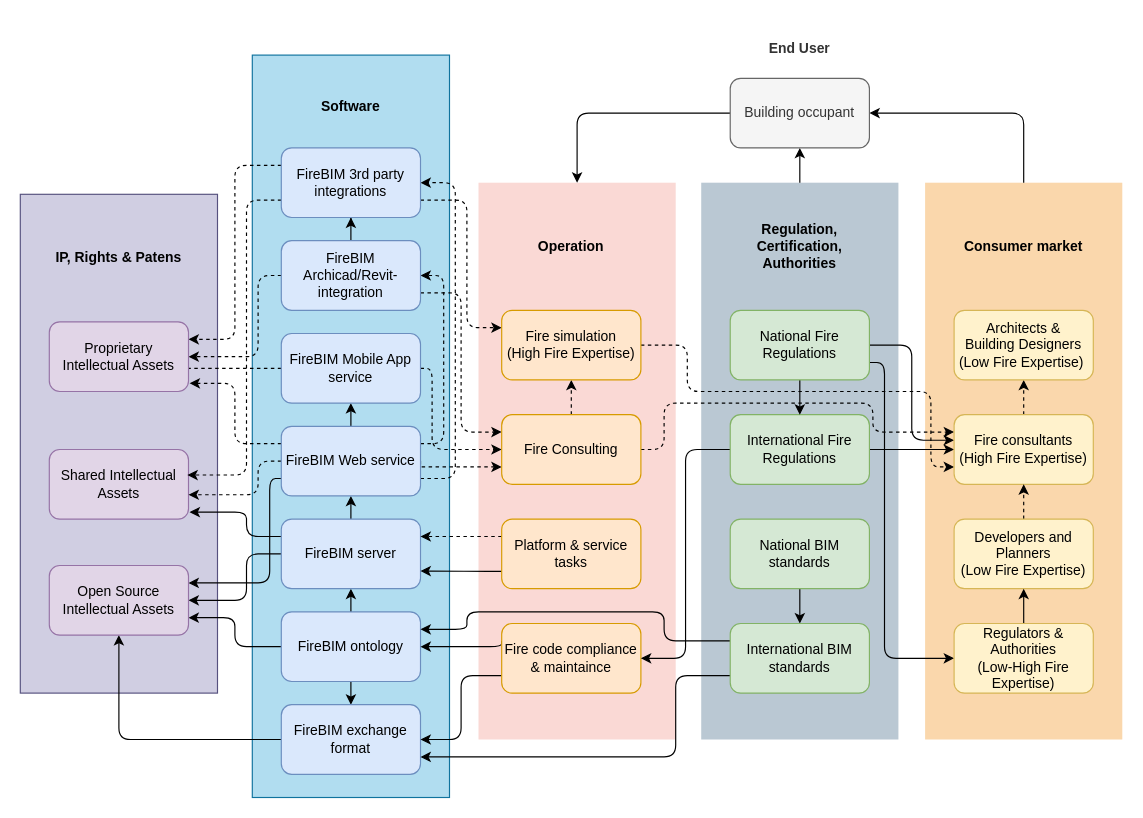
Above: diagram/FireBIM Market Value Chain.drawio in Kristoffernegendahl/fireBIM (draw.io), before the change. Source tidied: cells renumbered, new cells numbered last; positions are measured from the earlier drawing's top-left corner, leaving out a move shared by most shapes. Both pictures are drawn from the tidied source at 116%, with x=0, y=0 at pixel (20, 20).
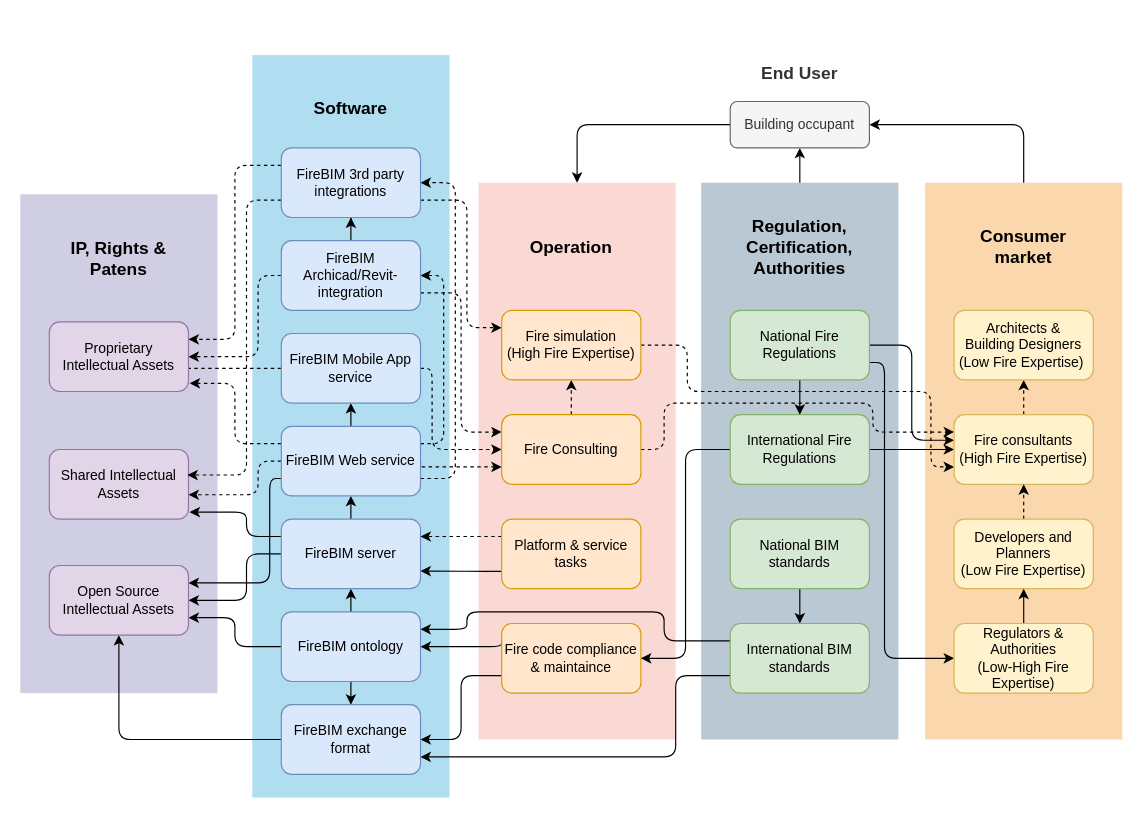
Above is the later version.

Diff of the diagram source:
```diff
@@
-    <mxCell id="2" style="rounded=0;html=1;strokeColor=#56517e;fillColor=#d0cee2;whiteSpace=wrap;" parent="1" vertex="1">
+    <mxCell id="2" style="rounded=0;html=1;strokeColor=none;fillColor=#d0cee2;whiteSpace=wrap;" parent="1" vertex="1">
       <mxGeometry y="150" width="170" height="430" as="geometry" />
     </mxCell>
-    <mxCell id="3" style="rounded=0;whiteSpace=wrap;html=1;strokeColor=#10739e;fillColor=#b1ddf0;" parent="1" vertex="1">
+    <mxCell id="3" style="rounded=0;whiteSpace=wrap;html=1;strokeColor=none;fillColor=#b1ddf0;" parent="1" vertex="1">
       <mxGeometry x="200" y="30" width="170" height="640" as="geometry" />
     </mxCell>
@@
-    <mxCell id="37" value="Operation" style="rounded=1;whiteSpace=wrap;html=1;arcSize=50;fillColor=none;strokeColor=none;fontStyle=1;" parent="1" vertex="1">
+    <mxCell id="37" value="Operation" style="rounded=1;whiteSpace=wrap;html=1;arcSize=50;fillColor=none;strokeColor=none;fontStyle=1;fontSize=15;" parent="1" vertex="1">
       <mxGeometry x="415" y="180" width="120" height="30" as="geometry" />
     </mxCell>
@@
-    <mxCell id="51" value="Software" style="rounded=1;whiteSpace=wrap;html=1;arcSize=50;fillColor=none;strokeColor=none;fontStyle=1;" parent="1" vertex="1">
+    <mxCell id="51" value="Software" style="rounded=1;whiteSpace=wrap;html=1;arcSize=50;fillColor=none;strokeColor=none;fontStyle=1;fontSize=15;" parent="1" vertex="1">
       <mxGeometry x="225" y="60" width="120" height="30" as="geometry" />
     </mxCell>
-    <mxCell id="52" value="IP, Rights &amp;amp; Patens" style="rounded=1;whiteSpace=wrap;html=1;arcSize=50;fillColor=none;strokeColor=none;fontStyle=1;" parent="1" vertex="1">
+    <mxCell id="52" value="IP, Rights &amp;amp; Patens" style="rounded=1;whiteSpace=wrap;html=1;arcSize=50;fillColor=none;strokeColor=none;fontStyle=1;fontSize=15;" parent="1" vertex="1">
       <mxGeometry x="25" y="190" width="120" height="30" as="geometry" />
     </mxCell>
@@
-    <mxCell id="54" value="Regulation, Certification, Authorities" style="rounded=1;whiteSpace=wrap;html=1;arcSize=50;fillColor=none;strokeColor=none;fontStyle=1;" parent="1" vertex="1">
+    <mxCell id="54" value="Regulation, Certification, Authorities" style="rounded=1;whiteSpace=wrap;html=1;arcSize=50;fillColor=none;strokeColor=none;fontStyle=1;fontSize=15;" parent="1" vertex="1">
       <mxGeometry x="612" y="170" width="120" height="50" as="geometry" />
     </mxCell>
@@
-    <mxCell id="68" value="Consumer market" style="rounded=1;whiteSpace=wrap;html=1;arcSize=50;fillColor=none;strokeColor=none;fontStyle=1;" parent="1" vertex="1">
+    <mxCell id="68" value="Consumer market" style="rounded=1;whiteSpace=wrap;html=1;arcSize=50;fillColor=none;strokeColor=none;fontStyle=1;fontSize=15;" parent="1" vertex="1">
       <mxGeometry x="805" y="170" width="120" height="50" as="geometry" />
     </mxCell>
@@
-    <mxCell id="76" value="End User" style="rounded=1;whiteSpace=wrap;html=1;arcSize=50;fillColor=none;strokeColor=none;fontColor=#333333;fontStyle=1;" parent="1" vertex="1">
-      <mxGeometry x="612" width="120" height="50" as="geometry" />
+    <mxCell id="76" value="&lt;font style=&quot;font-size: 15px&quot;&gt;End User&lt;/font&gt;" style="rounded=1;whiteSpace=wrap;html=1;arcSize=50;fillColor=none;strokeColor=none;fontColor=#333333;fontStyle=1;" parent="1" vertex="1">
+      <mxGeometry x="612" y="20" width="120" height="50" as="geometry" />
     </mxCell>
@@
     <mxCell id="78" value="Building occupant" style="rounded=1;whiteSpace=wrap;html=1;fillColor=#f5f5f5;strokeColor=#666666;fontColor=#333333;" parent="1" vertex="1">
-      <mxGeometry x="612" y="50" width="120" height="60" as="geometry" />
+      <mxGeometry x="612" y="70" width="120" height="40" as="geometry" />
     </mxCell>
```
